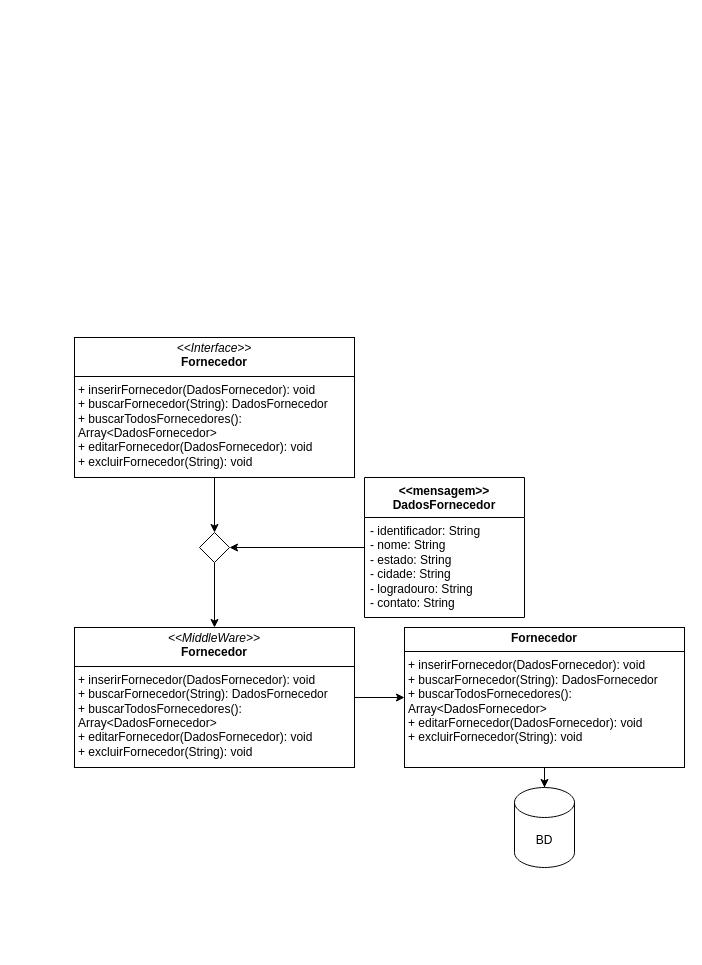
Before: design/UMLFornecedor.drawio in WolWolffz/ThuderBass_Stock, a draw.io diagram. Source tidied: cells renumbered, new cells numbered last; positions are measured from the earlier drawing's top-left corner, leaving out a move shared by most shapes. Both pictures are drawn from the tidied source at 100%, with x=0, y=0 at pixel (74, 337).
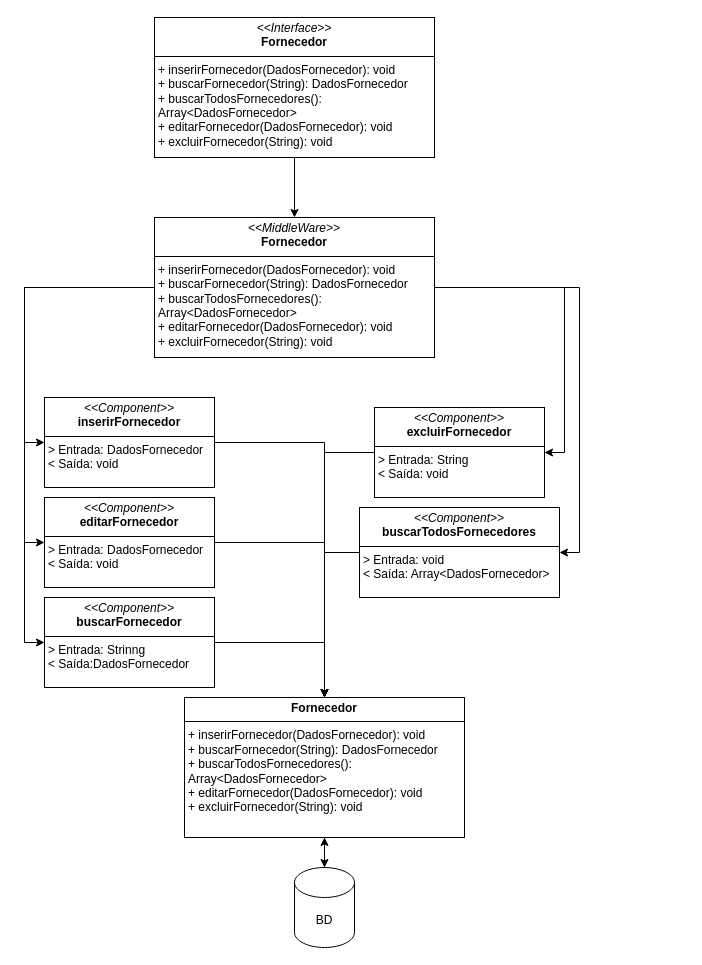
The same page after the edit.

Change to the diagram source:
```diff
@@
-    <mxCell id="2" style="edgeStyle=orthogonalEdgeStyle;rounded=0;jettySize=auto;html=1;entryX=1;entryY=0.5;entryDx=0;entryDy=0;" parent="1" edge="1" source="3" target="12">
-      <mxGeometry relative="1" as="geometry" />
-    </mxCell>
-    <mxCell id="3" value="&amp;lt;&amp;lt;mensagem&amp;gt;&amp;gt;&lt;div&gt;DadosFornecedor&lt;/div&gt;" style="swimlane;fontStyle=1;align=center;verticalAlign=top;horizontal=1;startSize=40;whiteSpace=wrap;html=1;" parent="1" vertex="1">
-      <mxGeometry x="290" y="140" width="160" height="140" as="geometry" />
-    </mxCell>
-    <mxCell id="4" value="&lt;div&gt;- identificador: String&lt;/div&gt;&lt;div&gt;&lt;span style=&quot;background-color: initial;&quot;&gt;- nome: String&lt;/span&gt;&lt;/div&gt;&lt;div&gt;&lt;span style=&quot;background-color: initial;&quot;&gt;- estado: String&lt;/span&gt;&lt;/div&gt;&lt;div&gt;&lt;span style=&quot;background-color: initial;&quot;&gt;- cidade: String&lt;/span&gt;&lt;/div&gt;&lt;div&gt;&lt;span style=&quot;background-color: initial;&quot;&gt;- logradouro: String&lt;/span&gt;&lt;/div&gt;&lt;div&gt;&lt;span style=&quot;background-color: initial;&quot;&gt;- contato: String&amp;nbsp;&lt;/span&gt;&lt;/div&gt;" style="text;strokeColor=none;fillColor=none;align=left;verticalAlign=top;spacingLeft=4;spacingRight=4;overflow=hidden;whiteSpace=wrap;html=1;" parent="3" vertex="1">
-      <mxGeometry y="40" width="160" height="100" as="geometry" />
-    </mxCell>
-    <mxCell id="5" style="edgeStyle=orthogonalEdgeStyle;rounded=0;jettySize=auto;html=1;entryX=0.5;entryY=0;entryDx=0;entryDy=0;" parent="1" edge="1" source="6" target="12">
-      <mxGeometry relative="1" as="geometry" />
-    </mxCell>
+    <mxCell id="14" style="edgeStyle=orthogonalEdgeStyle;rounded=0;jettySize=auto;html=1;exitX=0.5;exitY=1;exitDx=0;exitDy=0;entryX=0.5;entryY=0;entryDx=0;entryDy=0;" parent="1" edge="1" source="6" target="8">
+      <mxGeometry relative="1" as="geometry" />
+    </mxCell>
     <mxCell id="6" value="&lt;p style=&quot;margin:0px;margin-top:4px;text-align:center;&quot;&gt;&lt;i&gt;&amp;lt;&amp;lt;Interface&amp;gt;&amp;gt;&lt;/i&gt;&lt;br&gt;&lt;b&gt;Fornecedor&lt;/b&gt;&lt;/p&gt;&lt;hr size=&quot;1&quot; style=&quot;border-style:solid;&quot;&gt;&lt;p style=&quot;margin:0px;margin-left:4px;&quot;&gt;+ inserirFornecedor(DadosFornecedor): void&lt;/p&gt;&lt;p style=&quot;margin:0px;margin-left:4px;&quot;&gt;+ buscarFornecedor(String): DadosFornecedor&lt;/p&gt;&lt;p style=&quot;margin:0px;margin-left:4px;&quot;&gt;+ buscarTodosFornecedores(): Array&amp;lt;DadosFornecedor&amp;gt;&lt;/p&gt;&lt;p style=&quot;margin:0px;margin-left:4px;&quot;&gt;+ editarFornecedor(DadosFornecedor): void&lt;/p&gt;&lt;p style=&quot;margin:0px;margin-left:4px;&quot;&gt;+ excluirFornecedor(String): void&lt;/p&gt;" style="verticalAlign=top;align=left;overflow=fill;html=1;whiteSpace=wrap;" parent="1" vertex="1">
-      <mxGeometry width="280" height="140" as="geometry" />
+      <mxGeometry x="80" y="-320" width="280" height="140" as="geometry" />
     </mxCell>
-    <mxCell id="7" style="edgeStyle=orthogonalEdgeStyle;rounded=0;jettySize=auto;html=1;" parent="1" edge="1" source="8" target="10">
-      <mxGeometry relative="1" as="geometry" />
-    </mxCell>
+    <mxCell id="15" style="edgeStyle=orthogonalEdgeStyle;rounded=0;jettySize=auto;html=1;exitX=1;exitY=0.5;exitDx=0;exitDy=0;entryX=1;entryY=0.5;entryDx=0;entryDy=0;" parent="1" edge="1" source="8" target="30">
+      <mxGeometry relative="1" as="geometry" />
+    </mxCell>
+    <mxCell id="16" style="edgeStyle=orthogonalEdgeStyle;rounded=0;jettySize=auto;html=1;exitX=1;exitY=0.5;exitDx=0;exitDy=0;entryX=1;entryY=0.5;entryDx=0;entryDy=0;" parent="1" edge="1" source="8" target="26">
+      <mxGeometry relative="1" as="geometry" />
+    </mxCell>
+    <mxCell id="17" style="edgeStyle=orthogonalEdgeStyle;rounded=0;jettySize=auto;html=1;exitX=0;exitY=0.5;exitDx=0;exitDy=0;entryX=0;entryY=0.5;entryDx=0;entryDy=0;" parent="1" edge="1" source="8" target="22">
+      <mxGeometry relative="1" as="geometry" />
+    </mxCell>
+    <mxCell id="18" style="edgeStyle=orthogonalEdgeStyle;rounded=0;jettySize=auto;html=1;exitX=0;exitY=0.5;exitDx=0;exitDy=0;entryX=0;entryY=0.5;entryDx=0;entryDy=0;" parent="1" edge="1" source="8" target="28">
+      <mxGeometry relative="1" as="geometry" />
+    </mxCell>
+    <mxCell id="19" style="edgeStyle=orthogonalEdgeStyle;rounded=0;jettySize=auto;html=1;exitX=0;exitY=0.5;exitDx=0;exitDy=0;entryX=0;entryY=0.5;entryDx=0;entryDy=0;" parent="1" edge="1" source="8" target="24">
+      <mxGeometry relative="1" as="geometry" />
+    </mxCell>
     <mxCell id="8" value="&lt;p style=&quot;margin:0px;margin-top:4px;text-align:center;&quot;&gt;&lt;i&gt;&amp;lt;&amp;lt;MiddleWare&amp;gt;&amp;gt;&lt;/i&gt;&lt;br&gt;&lt;b&gt;Fornecedor&lt;/b&gt;&lt;/p&gt;&lt;hr size=&quot;1&quot; style=&quot;border-style:solid;&quot;&gt;&lt;p style=&quot;margin:0px;margin-left:4px;&quot;&gt;+ inserirFornecedor(DadosFornecedor): void&lt;/p&gt;&lt;p style=&quot;margin:0px;margin-left:4px;&quot;&gt;+ buscarFornecedor(String): DadosFornecedor&lt;/p&gt;&lt;p style=&quot;margin:0px;margin-left:4px;&quot;&gt;+ buscarTodosFornecedores(): Array&amp;lt;DadosFornecedor&amp;gt;&lt;/p&gt;&lt;p style=&quot;margin:0px;margin-left:4px;&quot;&gt;+ editarFornecedor(DadosFornecedor): void&lt;/p&gt;&lt;p style=&quot;margin:0px;margin-left:4px;&quot;&gt;+ excluirFornecedor(String): void&lt;/p&gt;" style="verticalAlign=top;align=left;overflow=fill;html=1;whiteSpace=wrap;" parent="1" vertex="1">
-      <mxGeometry y="290" width="280" height="140" as="geometry" />
+      <mxGeometry x="80" y="-120" width="280" height="140" as="geometry" />
     </mxCell>
@@
     <mxCell id="10" value="&lt;p style=&quot;margin:0px;margin-top:4px;text-align:center;&quot;&gt;&lt;b&gt;Fornecedor&lt;/b&gt;&lt;/p&gt;&lt;hr size=&quot;1&quot; style=&quot;border-style:solid;&quot;&gt;&lt;p style=&quot;margin:0px;margin-left:4px;&quot;&gt;+ inserirFornecedor(DadosFornecedor): void&lt;/p&gt;&lt;p style=&quot;margin:0px;margin-left:4px;&quot;&gt;+ buscarFornecedor(String): DadosFornecedor&lt;/p&gt;&lt;p style=&quot;margin:0px;margin-left:4px;&quot;&gt;+ buscarTodosFornecedores(): Array&amp;lt;DadosFornecedor&amp;gt;&lt;/p&gt;&lt;p style=&quot;margin:0px;margin-left:4px;&quot;&gt;+ editarFornecedor(DadosFornecedor): void&lt;/p&gt;&lt;p style=&quot;margin:0px;margin-left:4px;&quot;&gt;+ excluirFornecedor(String): void&lt;/p&gt;" style="verticalAlign=top;align=left;overflow=fill;html=1;whiteSpace=wrap;" parent="1" vertex="1">
-      <mxGeometry x="330" y="290" width="280" height="140" as="geometry" />
+      <mxGeometry x="110" y="360" width="280" height="140" as="geometry" />
     </mxCell>
-    <mxCell id="11" style="edgeStyle=orthogonalEdgeStyle;rounded=0;jettySize=auto;html=1;entryX=0.5;entryY=0;entryDx=0;entryDy=0;" parent="1" edge="1" source="12" target="8">
-      <mxGeometry relative="1" as="geometry" />
-    </mxCell>
-    <mxCell id="12" style="rhombus;whiteSpace=wrap;html=1;" parent="1" vertex="1">
-      <mxGeometry x="125" y="195" width="30" height="30" as="geometry" />
-    </mxCell>
+    <mxCell id="20" style="edgeStyle=orthogonalEdgeStyle;rounded=0;jettySize=auto;html=1;" parent="1" edge="1" source="13" target="10">
+      <mxGeometry relative="1" as="geometry" />
+    </mxCell>
     <mxCell id="13" value="BD" style="shape=cylinder3;whiteSpace=wrap;html=1;boundedLbl=1;backgroundOutline=1;size=15;" parent="1" vertex="1">
-      <mxGeometry x="440" y="450" width="60" height="80" as="geometry" />
+      <mxGeometry x="220" y="530" width="60" height="80" as="geometry" />
     </mxCell>
+    <mxCell id="21" style="edgeStyle=orthogonalEdgeStyle;rounded=0;jettySize=auto;html=1;exitX=1;exitY=0.5;exitDx=0;exitDy=0;entryX=0.5;entryY=0;entryDx=0;entryDy=0;" parent="1" edge="1" source="22" target="10">
+      <mxGeometry relative="1" as="geometry" />
+    </mxCell>
+    <mxCell id="22" value="&lt;p style=&quot;margin:0px;margin-top:4px;text-align:center;&quot;&gt;&lt;i&gt;&amp;lt;&amp;lt;Component&amp;gt;&amp;gt;&lt;/i&gt;&lt;br&gt;&lt;b&gt;inserirFornecedor&lt;/b&gt;&lt;/p&gt;&lt;hr size=&quot;1&quot; style=&quot;border-style:solid;&quot;&gt;&lt;p style=&quot;margin:0px;margin-left:4px;&quot;&gt;&amp;gt; Entrada: DadosFornecedor&lt;/p&gt;&lt;p style=&quot;margin:0px;margin-left:4px;&quot;&gt;&amp;lt; Saída: void&lt;/p&gt;" style="verticalAlign=top;align=left;overflow=fill;html=1;whiteSpace=wrap;" parent="1" vertex="1">
+      <mxGeometry x="-30" y="60" width="170" height="90" as="geometry" />
+    </mxCell>
+    <mxCell id="23" style="edgeStyle=orthogonalEdgeStyle;rounded=0;jettySize=auto;html=1;exitX=1;exitY=0.5;exitDx=0;exitDy=0;entryX=0.5;entryY=0;entryDx=0;entryDy=0;" parent="1" edge="1" source="24" target="10">
+      <mxGeometry relative="1" as="geometry" />
+    </mxCell>
+    <mxCell id="24" value="&lt;p style=&quot;margin:0px;margin-top:4px;text-align:center;&quot;&gt;&lt;i&gt;&amp;lt;&amp;lt;Component&amp;gt;&amp;gt;&lt;/i&gt;&lt;br&gt;&lt;b&gt;buscarFornecedor&lt;/b&gt;&lt;/p&gt;&lt;hr size=&quot;1&quot; style=&quot;border-style:solid;&quot;&gt;&lt;p style=&quot;margin:0px;margin-left:4px;&quot;&gt;&amp;gt; Entrada: Strinng&lt;/p&gt;&lt;p style=&quot;margin:0px;margin-left:4px;&quot;&gt;&amp;lt; Saída:DadosFornecedor&lt;/p&gt;" style="verticalAlign=top;align=left;overflow=fill;html=1;whiteSpace=wrap;" parent="1" vertex="1">
+      <mxGeometry x="-30" y="260" width="170" height="90" as="geometry" />
+    </mxCell>
+    <mxCell id="25" style="edgeStyle=orthogonalEdgeStyle;rounded=0;jettySize=auto;html=1;exitX=0;exitY=0.5;exitDx=0;exitDy=0;entryX=0.5;entryY=0;entryDx=0;entryDy=0;" parent="1" edge="1" source="26" target="10">
+      <mxGeometry relative="1" as="geometry" />
+    </mxCell>
+    <mxCell id="26" value="&lt;p style=&quot;margin:0px;margin-top:4px;text-align:center;&quot;&gt;&lt;i&gt;&amp;lt;&amp;lt;Component&amp;gt;&amp;gt;&lt;/i&gt;&lt;br&gt;&lt;b&gt;buscarTodosFornecedores&lt;/b&gt;&lt;/p&gt;&lt;hr size=&quot;1&quot; style=&quot;border-style:solid;&quot;&gt;&lt;p style=&quot;margin:0px;margin-left:4px;&quot;&gt;&amp;gt; Entrada: void&lt;/p&gt;&lt;p style=&quot;margin:0px;margin-left:4px;&quot;&gt;&amp;lt; Saída: Array&amp;lt;DadosFornecedor&amp;gt;&lt;/p&gt;" style="verticalAlign=top;align=left;overflow=fill;html=1;whiteSpace=wrap;" parent="1" vertex="1">
+      <mxGeometry x="285" y="170" width="200" height="90" as="geometry" />
+    </mxCell>
+    <mxCell id="27" style="edgeStyle=orthogonalEdgeStyle;rounded=0;jettySize=auto;html=1;exitX=1;exitY=0.5;exitDx=0;exitDy=0;entryX=0.5;entryY=0;entryDx=0;entryDy=0;" parent="1" edge="1" source="28" target="10">
+      <mxGeometry relative="1" as="geometry" />
+    </mxCell>
+    <mxCell id="28" value="&lt;p style=&quot;margin:0px;margin-top:4px;text-align:center;&quot;&gt;&lt;i&gt;&amp;lt;&amp;lt;Component&amp;gt;&amp;gt;&lt;/i&gt;&lt;br&gt;&lt;b&gt;editarFornecedor&lt;/b&gt;&lt;/p&gt;&lt;hr size=&quot;1&quot; style=&quot;border-style:solid;&quot;&gt;&lt;p style=&quot;margin:0px;margin-left:4px;&quot;&gt;&amp;gt; Entrada: DadosFornecedor&lt;/p&gt;&lt;p style=&quot;margin:0px;margin-left:4px;&quot;&gt;&amp;lt; Saída: void&lt;/p&gt;" style="verticalAlign=top;align=left;overflow=fill;html=1;whiteSpace=wrap;" parent="1" vertex="1">
+      <mxGeometry x="-30" y="160" width="170" height="90" as="geometry" />
+    </mxCell>
+    <mxCell id="29" style="edgeStyle=orthogonalEdgeStyle;rounded=0;jettySize=auto;html=1;exitX=0;exitY=0.5;exitDx=0;exitDy=0;entryX=0.5;entryY=0;entryDx=0;entryDy=0;" parent="1" edge="1" source="30" target="10">
+      <mxGeometry relative="1" as="geometry" />
+    </mxCell>
+    <mxCell id="30" value="&lt;p style=&quot;margin:0px;margin-top:4px;text-align:center;&quot;&gt;&lt;i&gt;&amp;lt;&amp;lt;Component&amp;gt;&amp;gt;&lt;/i&gt;&lt;br&gt;&lt;b&gt;excluirFornecedor&lt;/b&gt;&lt;/p&gt;&lt;hr size=&quot;1&quot; style=&quot;border-style:solid;&quot;&gt;&lt;p style=&quot;margin:0px;margin-left:4px;&quot;&gt;&amp;gt; Entrada: String&lt;/p&gt;&lt;p style=&quot;margin:0px;margin-left:4px;&quot;&gt;&amp;lt; Saída: void&lt;/p&gt;" style="verticalAlign=top;align=left;overflow=fill;html=1;whiteSpace=wrap;" parent="1" vertex="1">
+      <mxGeometry x="300" y="70" width="170" height="90" as="geometry" />
+    </mxCell>
```
